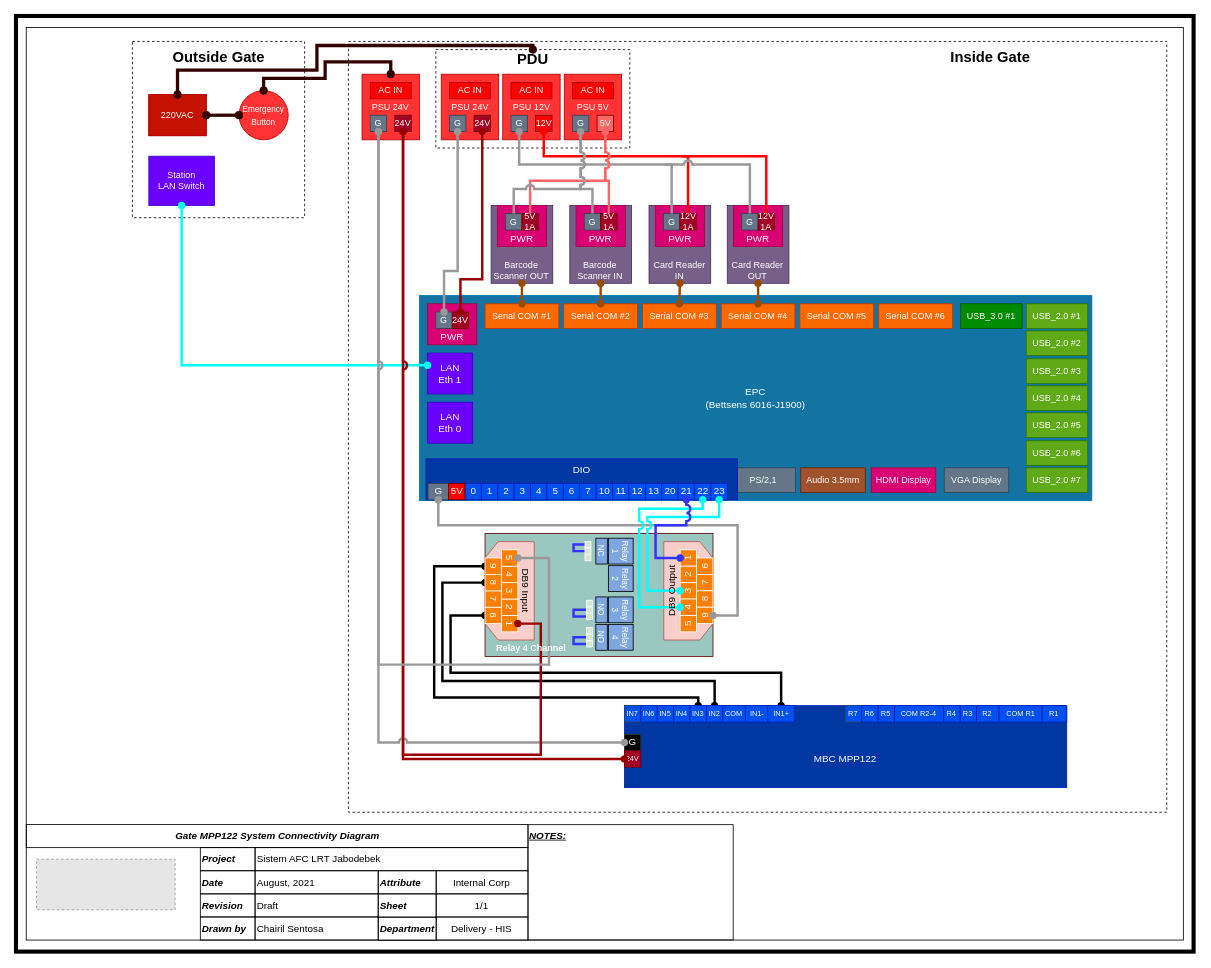
Earlier version of the draw.io diagram page "Gate MPP122" (4 of 6) of LRT Jabodebek Wiring Diagram.drawio (rahmatnutech/LRTJabodebek_WiringDiagram). Source tidied: cells renumbered, new cells numbered last; positions are measured from the earlier drawing's top-left corner, leaving out a move shared by most shapes. Both pictures are drawn from the tidied source at 82%, with x=0, y=0 at pixel (16, 16). Pictures stored in the file or linked from it are replaced by grey dashed boxes.
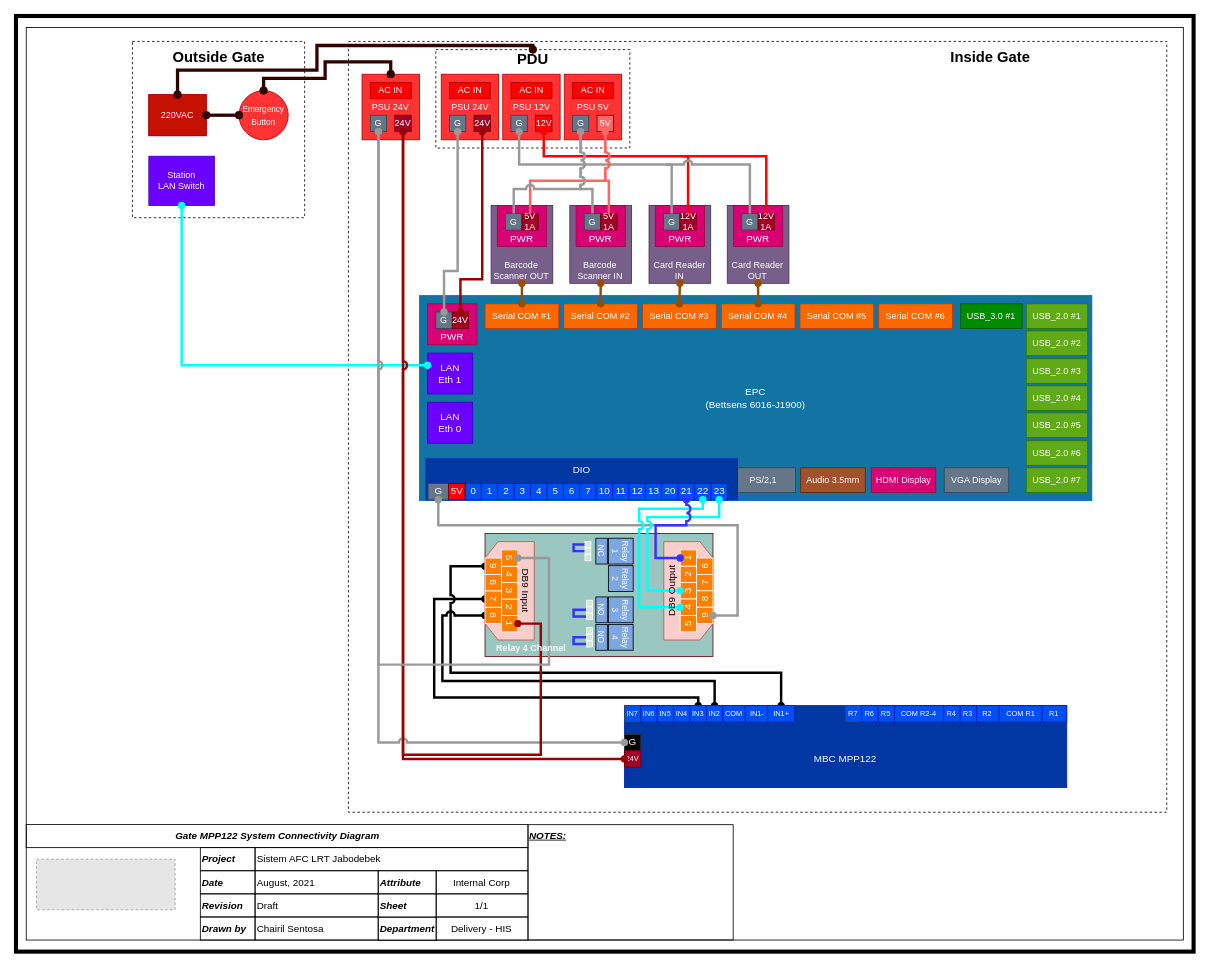
The same diagram, later.

Commit message (it also covers changes not shown here):
update wiring gate

The change refers to these unchanged cells:
```xml
<mxCell id="128" value="IN3" style="rounded=0;whiteSpace=wrap;html=1;fillColor=#0050ef;strokeColor=#001DBC;fontColor=#ffffff;fontSize=9;" parent="1" vertex="1">
  <mxGeometry x="822" y="841" width="20" height="20" as="geometry" />
</mxCell>
<mxCell id="129" value="IN2" style="rounded=0;whiteSpace=wrap;html=1;fillColor=#0050ef;strokeColor=#001DBC;fontColor=#ffffff;fontSize=9;" parent="1" vertex="1">
  <mxGeometry x="842" y="841" width="20" height="20" as="geometry" />
</mxCell>
<mxCell id="132" value="IN1+" style="rounded=0;whiteSpace=wrap;html=1;fillColor=#0050ef;strokeColor=#001DBC;fontColor=#ffffff;fontSize=9;" parent="1" vertex="1">
  <mxGeometry x="916.8" y="841" width="32.6" height="20" as="geometry" />
</mxCell>
<mxCell id="154" value="6" style="rounded=0;whiteSpace=wrap;html=1;rotation=90;fillColor=#FF8000;fontColor=#FFFFFF;strokeColor=#FFFFFF;" parent="1" vertex="1">
  <mxGeometry x="572" y="721" width="20" height="20" as="geometry" />
</mxCell>
<mxCell id="155" value="7" style="rounded=0;whiteSpace=wrap;html=1;rotation=90;fillColor=#FF8000;fontColor=#FFFFFF;strokeColor=#FFFFFF;" parent="1" vertex="1">
  <mxGeometry x="572" y="701" width="20" height="20" as="geometry" />
</mxCell>
<mxCell id="156" value="8" style="rounded=0;whiteSpace=wrap;html=1;rotation=90;fillColor=#FF8000;fontColor=#FFFFFF;strokeColor=#FFFFFF;" parent="1" vertex="1">
  <mxGeometry x="572" y="681" width="20" height="20" as="geometry" />
</mxCell>
<mxCell id="157" value="9" style="rounded=0;whiteSpace=wrap;html=1;rotation=90;fillColor=#FF8000;fontColor=#FFFFFF;strokeColor=#FFFFFF;" parent="1" vertex="1">
  <mxGeometry x="572" y="661" width="20" height="20" as="geometry" />
</mxCell>
```

The edit, as a diff of the source:
```diff
@@
-    <mxCell id="120" style="edgeStyle=orthogonalEdgeStyle;rounded=0;jettySize=auto;html=1;startArrow=oval;startFill=1;endArrow=oval;endFill=1;strokeWidth=3;fillColor=#1ba1e2;exitX=0.5;exitY=0;exitDx=0;exitDy=0;jumpStyle=arc;entryX=0.5;entryY=1;entryDx=0;entryDy=0;" parent="1" edge="1" source="128" target="157">
+    <mxCell id="120" style="edgeStyle=orthogonalEdgeStyle;rounded=0;jettySize=auto;html=1;startArrow=oval;startFill=1;endArrow=oval;endFill=1;strokeWidth=3;fillColor=#1ba1e2;exitX=0.5;exitY=0;exitDx=0;exitDy=0;jumpStyle=arc;entryX=0.5;entryY=1;entryDx=0;entryDy=0;" parent="1" edge="1" source="128" target="155">
       <mxGeometry relative="1" as="geometry">
         <Array as="points">
           <mxPoint x="832" y="831" />
           <mxPoint x="510" y="831" />
-          <mxPoint x="510" y="671" />
+          <mxPoint x="510" y="711" />
         </Array>
       </mxGeometry>
     </mxCell>
-    <mxCell id="121" style="edgeStyle=orthogonalEdgeStyle;rounded=0;jettySize=auto;html=1;startArrow=oval;startFill=1;endArrow=oval;endFill=1;strokeWidth=3;fillColor=#1ba1e2;exitX=0.5;exitY=0;exitDx=0;exitDy=0;jumpStyle=arc;entryX=0.5;entryY=1;entryDx=0;entryDy=0;" parent="1" edge="1" source="132" target="154">
+    <mxCell id="121" style="edgeStyle=orthogonalEdgeStyle;rounded=0;jettySize=auto;html=1;startArrow=oval;startFill=1;endArrow=oval;endFill=1;strokeWidth=3;fillColor=#1ba1e2;exitX=0.5;exitY=0;exitDx=0;exitDy=0;jumpStyle=arc;entryX=0.5;entryY=1;entryDx=0;entryDy=0;" parent="1" edge="1" source="132" target="157">
       <mxGeometry relative="1" as="geometry">
         <Array as="points">
           <mxPoint x="933" y="801" />
           <mxPoint x="530" y="801" />
-          <mxPoint x="530" y="731" />
+          <mxPoint x="530" y="671" />
         </Array>
       </mxGeometry>
     </mxCell>
-    <mxCell id="122" style="edgeStyle=orthogonalEdgeStyle;rounded=0;jettySize=auto;html=1;startArrow=oval;startFill=1;endArrow=oval;endFill=1;strokeWidth=3;fillColor=#1ba1e2;exitX=0.5;exitY=0;exitDx=0;exitDy=0;jumpStyle=arc;entryX=0.5;entryY=1;entryDx=0;entryDy=0;" parent="1" edge="1" source="129" target="156">
+    <mxCell id="122" style="edgeStyle=orthogonalEdgeStyle;rounded=0;jettySize=auto;html=1;startArrow=oval;startFill=1;endArrow=oval;endFill=1;strokeWidth=3;fillColor=#1ba1e2;exitX=0.5;exitY=0;exitDx=0;exitDy=0;jumpStyle=arc;entryX=0.5;entryY=1;entryDx=0;entryDy=0;" parent="1" edge="1" source="129" target="154">
       <mxGeometry relative="1" as="geometry">
         <Array as="points">
           <mxPoint x="852" y="811" />
           <mxPoint x="520" y="811" />
-          <mxPoint x="520" y="691" />
+          <mxPoint x="520" y="731" />
         </Array>
       </mxGeometry>
     </mxCell>
```
